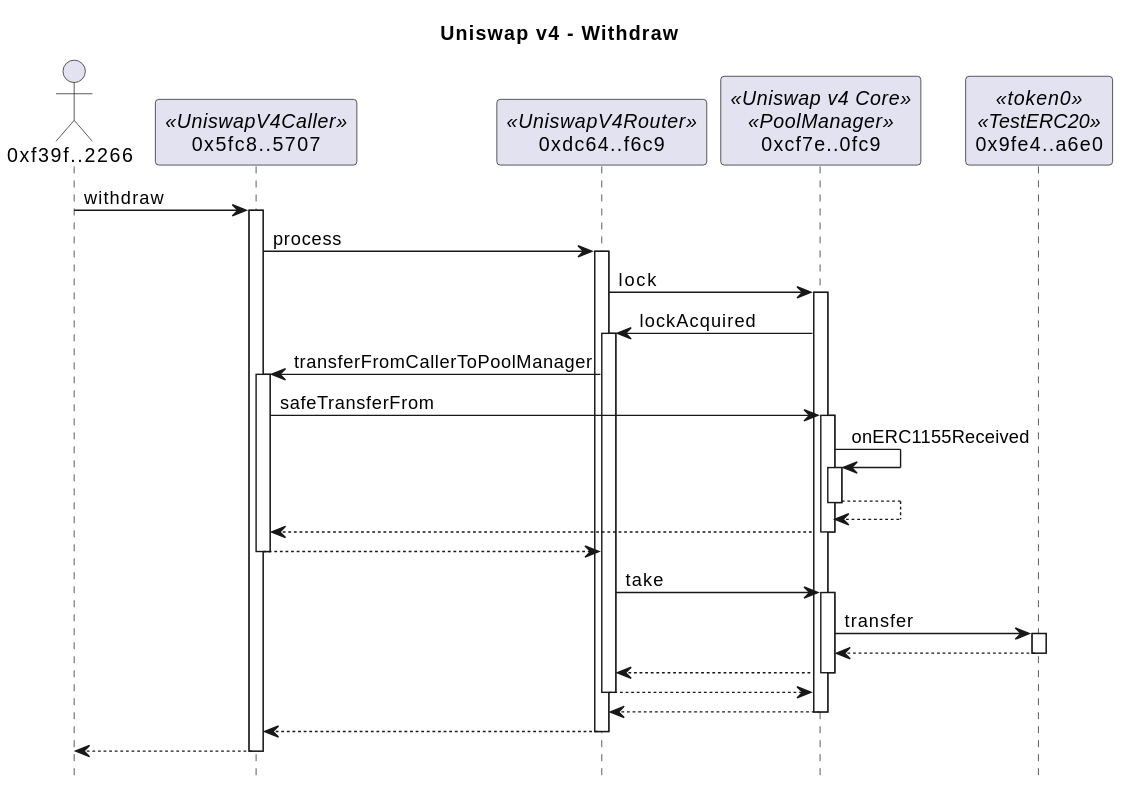
naddison36/uniswap-v4-hooks keeps this PlantUML diagram as docs/withdrawSummary.svg. Above is the earlier version.
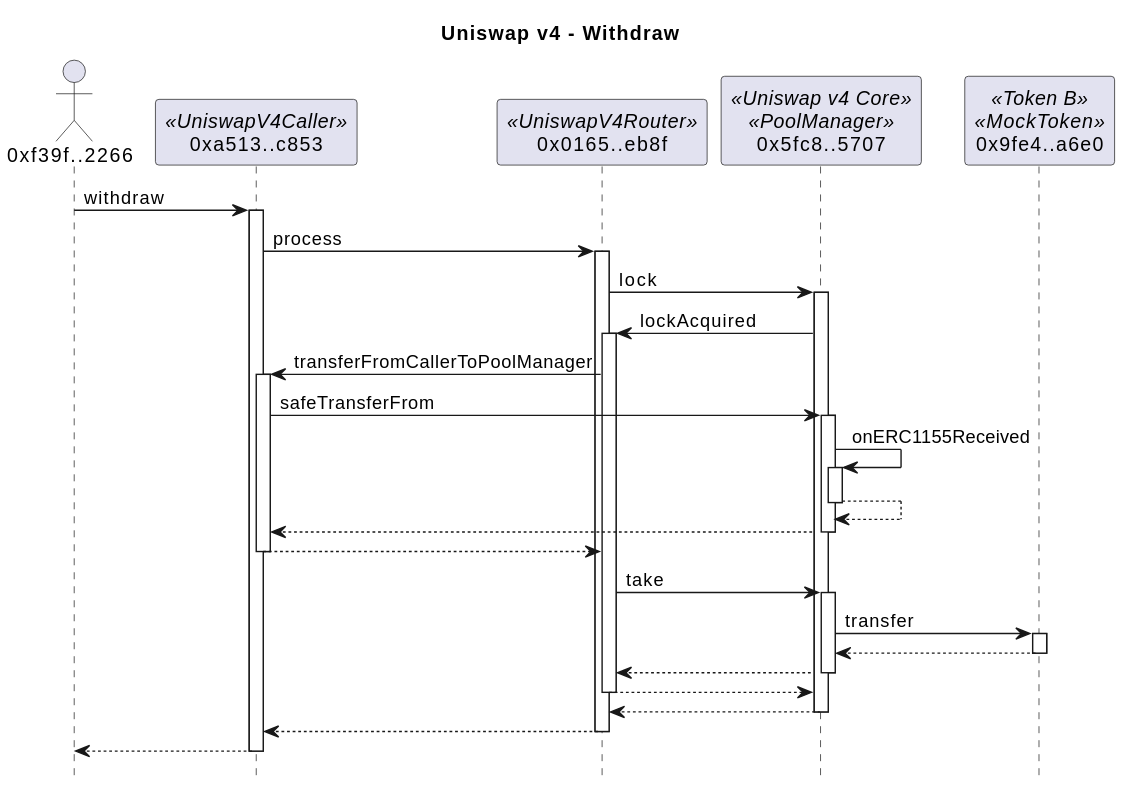
After the change.

The edit, as a diff of the source:
```diff
@@ -3,31 +3,31 @@
 hide footbox
 
 actor "0xf39f..2266" as f39f2266
-participant "0x5fc8..5707" as 5fc85707 <<UniswapV4Caller>>
-participant "0xdc64..f6c9" as dc64f6c9 <<UniswapV4Router>>
-participant "0xcf7e..0fc9" as cf7e0fc9 <<Uniswap v4 Core>><<PoolManager>>
-participant "0x9fe4..a6e0" as 9fe4a6e0 <<token0>><<TestERC20>>
+participant "0xa513..c853" as a513c853 <<UniswapV4Caller>>
+participant "0x0165..eb8f" as 0165eb8f <<UniswapV4Router>>
+participant "0x5fc8..5707" as 5fc85707 <<Uniswap v4 Core>><<PoolManager>>
+participant "0x9fe4..a6e0" as 9fe4a6e0 <<Token B>><<MockToken>>
 
-f39f2266 -> 5fc85707: withdraw
+f39f2266 -> a513c853: withdraw
+activate a513c853
+a513c853 -> 0165eb8f: process
+activate 0165eb8f
+0165eb8f -> 5fc85707: lock
 activate 5fc85707
-5fc85707 -> dc64f6c9: process
-activate dc64f6c9
-dc64f6c9 -> cf7e0fc9: lock
-activate cf7e0fc9
-cf7e0fc9 -> dc64f6c9: lockAcquired
-activate dc64f6c9
-dc64f6c9 -> 5fc85707: transferFromCallerToPoolManager
+5fc85707 -> 0165eb8f: lockAcquired
+activate 0165eb8f
+0165eb8f -> a513c853: transferFromCallerToPoolManager
+activate a513c853
+a513c853 -> 5fc85707: safeTransferFrom
 activate 5fc85707
-5fc85707 -> cf7e0fc9: safeTransferFrom
-activate cf7e0fc9
-cf7e0fc9 -> cf7e0fc9: onERC1155Received
-activate cf7e0fc9
+5fc85707 -> 5fc85707: onERC1155Received
+activate 5fc85707
 return
 return
 return
-dc64f6c9 -> cf7e0fc9: take
-activate cf7e0fc9
-cf7e0fc9 -> 9fe4a6e0: transfer
+0165eb8f -> 5fc85707: take
+activate 5fc85707
+5fc85707 -> 9fe4a6e0: transfer
 activate 9fe4a6e0
 return
 return
```
